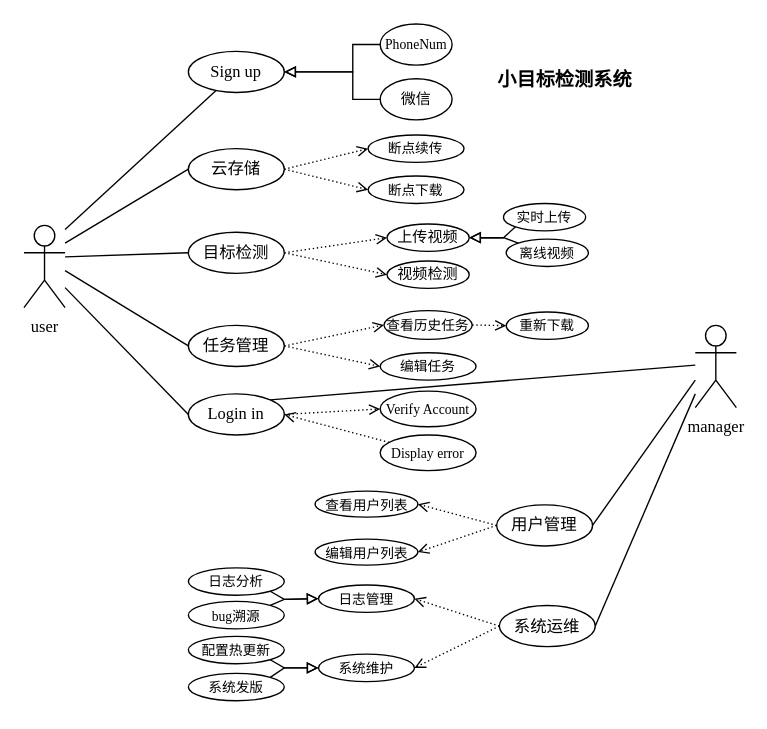
Before: DrawIO_file/毕业论文画图/系统需求示例图.drawio in DingDongZz/typera_PicGO, a draw.io diagram. Source tidied: cells renumbered, new cells numbered last; positions are measured from the earlier drawing's top-left corner, leaving out a move shared by most shapes. Both pictures are drawn from the tidied source at 137%, with x=0, y=0 at pixel (23, 23).
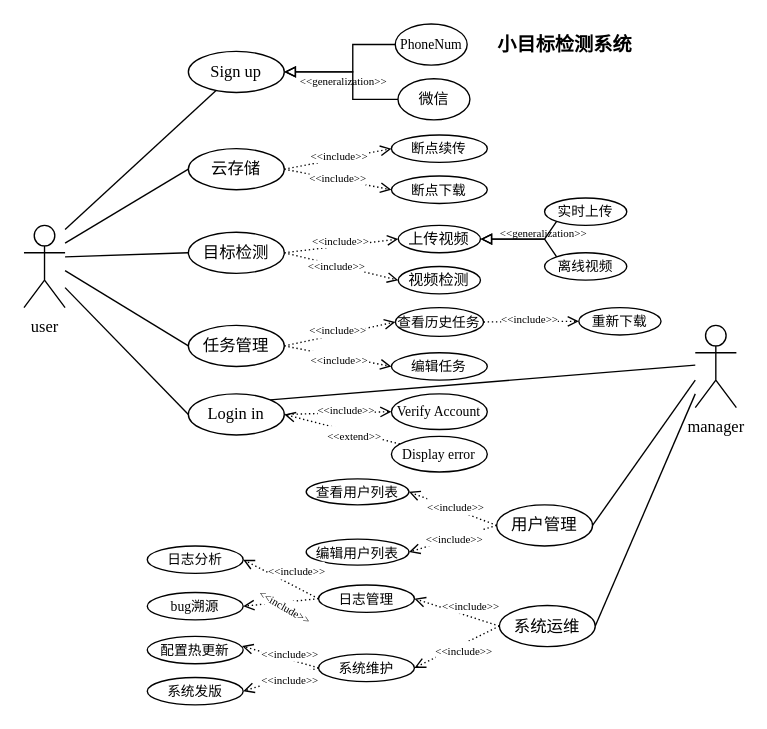
The same diagram, later.

Commit message (it also covers changes not shown here):
更新系统需求示例图.drawio

The change refers to these unchanged cells:
```xml
<mxCell id="5" style="rounded=0;jettySize=auto;html=1;entryX=0;entryY=0.5;entryDx=0;entryDy=0;dashed=1;strokeColor=default;align=center;verticalAlign=middle;fontFamily=宋体;fontSize=11;fontColor=default;labelBackgroundColor=default;endArrow=open;exitX=1;exitY=0.5;exitDx=0;exitDy=0;endFill=0;dashPattern=1 2;" parent="1" edge="1" source="6" target="13">
  <mxGeometry relative="1" as="geometry" />
</mxCell>
<mxCell id="6" value="目标检测" style="ellipse;whiteSpace=wrap;html=1;fontFamily=宋体;" parent="1" vertex="1">
  <mxGeometry x="120" y="152" width="70" height="30" as="geometry" />
</mxCell>
<mxCell id="21" value="日志管理" style="ellipse;whiteSpace=wrap;html=1;fontSize=10;fontFamily=宋体;" parent="1" vertex="1">
  <mxGeometry x="215" y="409.5" width="70" height="20" as="geometry" />
</mxCell>
<mxCell id="22" value="系统维护" style="ellipse;whiteSpace=wrap;html=1;fontSize=10;fontFamily=宋体;" parent="1" vertex="1">
  <mxGeometry x="215" y="460" width="70" height="20" as="geometry" />
</mxCell>
<mxCell id="25" style="rounded=0;jettySize=auto;html=1;entryX=0;entryY=0.5;entryDx=0;entryDy=0;dashed=1;strokeColor=default;align=center;verticalAlign=middle;fontFamily=宋体;fontSize=11;fontColor=default;labelBackgroundColor=default;endArrow=open;exitX=1;exitY=0.5;exitDx=0;exitDy=0;endFill=0;dashPattern=1 2;" parent="1" edge="1" source="7" target="14">
  <mxGeometry relative="1" as="geometry" />
</mxCell>
<mxCell id="26" style="rounded=0;jettySize=auto;html=1;entryX=0;entryY=0.5;entryDx=0;entryDy=0;dashed=1;strokeColor=default;align=center;verticalAlign=middle;fontFamily=宋体;fontSize=11;fontColor=default;labelBackgroundColor=default;endArrow=open;exitX=1;exitY=0.5;exitDx=0;exitDy=0;endFill=0;dashPattern=1 2;" parent="1" edge="1" source="7" target="15">
  <mxGeometry relative="1" as="geometry" />
</mxCell>
<mxCell id="27" style="rounded=0;jettySize=auto;html=1;entryX=0;entryY=0.5;entryDx=0;entryDy=0;dashed=1;strokeColor=default;align=center;verticalAlign=middle;fontFamily=宋体;fontSize=11;fontColor=default;labelBackgroundColor=default;endArrow=open;exitX=1;exitY=0.5;exitDx=0;exitDy=0;endFill=0;dashPattern=1 2;" parent="1" edge="1" source="14" target="16">
  <mxGeometry relative="1" as="geometry" />
</mxCell>
<mxCell id="28" style="rounded=0;jettySize=auto;html=1;entryX=1;entryY=0.5;entryDx=0;entryDy=0;dashed=1;strokeColor=default;align=center;verticalAlign=middle;fontFamily=宋体;fontSize=11;fontColor=default;labelBackgroundColor=default;endArrow=open;exitX=0;exitY=0.5;exitDx=0;exitDy=0;endFill=0;dashPattern=1 2;" parent="1" edge="1" source="8" target="20">
  <mxGeometry relative="1" as="geometry" />
</mxCell>
<mxCell id="29" style="rounded=0;jettySize=auto;html=1;entryX=1;entryY=0.5;entryDx=0;entryDy=0;dashed=1;strokeColor=default;align=center;verticalAlign=middle;fontFamily=宋体;fontSize=11;fontColor=default;labelBackgroundColor=default;endArrow=open;exitX=0;exitY=0.5;exitDx=0;exitDy=0;endFill=0;dashPattern=1 2;" parent="1" edge="1" source="8" target="17">
  <mxGeometry relative="1" as="geometry" />
</mxCell>
<mxCell id="30" style="rounded=0;jettySize=auto;html=1;entryX=1;entryY=0.5;entryDx=0;entryDy=0;dashed=1;strokeColor=default;align=center;verticalAlign=middle;fontFamily=宋体;fontSize=11;fontColor=default;labelBackgroundColor=default;endArrow=open;exitX=0;exitY=0.5;exitDx=0;exitDy=0;endFill=0;dashPattern=1 2;" parent="1" edge="1" source="9" target="22">
  <mxGeometry relative="1" as="geometry" />
</mxCell>
<mxCell id="31" style="rounded=0;jettySize=auto;html=1;entryX=1;entryY=0.5;entryDx=0;entryDy=0;dashed=1;strokeColor=default;align=center;verticalAlign=middle;fontFamily=宋体;fontSize=11;fontColor=default;labelBackgroundColor=default;endArrow=open;exitX=0;exitY=0.5;exitDx=0;exitDy=0;endFill=0;dashPattern=1 2;" parent="1" edge="1" source="9" target="21">
  <mxGeometry relative="1" as="geometry" />
</mxCell>
<mxCell id="53" style="rounded=0;jettySize=auto;html=1;entryX=0;entryY=0.5;entryDx=0;entryDy=0;dashed=1;strokeColor=default;align=center;verticalAlign=middle;fontFamily=宋体;fontSize=11;fontColor=default;labelBackgroundColor=default;endArrow=open;exitX=1;exitY=0.5;exitDx=0;exitDy=0;endFill=0;dashPattern=1 2;" parent="1" edge="1" source="50" target="51">
  <mxGeometry relative="1" as="geometry" />
</mxCell>
<mxCell id="54" style="rounded=0;jettySize=auto;html=1;entryX=0;entryY=0.5;entryDx=0;entryDy=0;dashed=1;strokeColor=default;align=center;verticalAlign=middle;fontFamily=宋体;fontSize=11;fontColor=default;labelBackgroundColor=default;endArrow=open;exitX=1;exitY=0.5;exitDx=0;exitDy=0;endFill=0;dashPattern=1 2;" parent="1" edge="1" source="50" target="52">
  <mxGeometry relative="1" as="geometry" />
</mxCell>
<mxCell id="55" style="rounded=0;jettySize=auto;html=1;entryX=0;entryY=0.5;entryDx=0;entryDy=0;dashed=1;exitX=1;exitY=0.5;exitDx=0;exitDy=0;endArrow=open;endFill=0;dashPattern=1 2;fontFamily=宋体;" parent="1" edge="1" source="56" target="57">
  <mxGeometry relative="1" as="geometry" />
</mxCell>
<mxCell id="58" style="rounded=0;jettySize=auto;html=1;entryX=1;entryY=0.5;entryDx=0;entryDy=0;dashed=1;endArrow=open;endFill=0;dashPattern=1 2;fontFamily=宋体;" parent="1" edge="1" source="59" target="56">
  <mxGeometry relative="1" as="geometry" />
</mxCell>
```

Change to the diagram source:
```diff
@@
-    <mxCell id="4" style="rounded=0;jettySize=auto;html=1;entryX=0;entryY=0.5;entryDx=0;entryDy=0;dashed=1;strokeColor=default;align=center;verticalAlign=middle;fontFamily=宋体;fontSize=11;fontColor=default;labelBackgroundColor=default;endArrow=open;exitX=1;exitY=0.5;exitDx=0;exitDy=0;endFill=0;dashPattern=1 2;" parent="1" edge="1" source="6" target="12">
+    <mxCell id="4" style="rounded=0;jettySize=auto;html=1;entryX=0;entryY=0.5;entryDx=0;entryDy=0;dashed=1;strokeColor=default;align=center;verticalAlign=middle;fontFamily=Times New Roman;fontSize=11;fontColor=default;labelBackgroundColor=default;endArrow=open;exitX=1;exitY=0.5;exitDx=0;exitDy=0;endFill=0;dashPattern=1 2;" parent="1" edge="1" source="6" target="12">
       <mxGeometry relative="1" as="geometry" />
     </mxCell>
+    <mxCell id="62" value="&lt;span&gt;&amp;lt;&amp;lt;include&amp;gt;&amp;gt;&lt;/span&gt;" style="edgeLabel;html=1;align=center;verticalAlign=middle;fontSize=8;fontFamily=Times New Roman;" parent="4" vertex="1">
+      <mxGeometry x="0.13" y="1" relative="1" as="geometry">
+        <mxPoint x="-6" y="-2" as="offset" />
+      </mxGeometry>
+    </mxCell>
@@
+    <mxCell id="63" value="&lt;span&gt;&amp;lt;&amp;lt;include&amp;gt;&amp;gt;&lt;/span&gt;" style="edgeLabel;html=1;align=center;verticalAlign=middle;fontSize=8;fontFamily=Times New Roman;" parent="5" vertex="1">
+      <mxGeometry x="-0.06" relative="1" as="geometry">
+        <mxPoint x="-1" as="offset" />
+      </mxGeometry>
+    </mxCell>
@@
     <mxCell id="10" value="&lt;font style=&quot;font-size: 10px;&quot;&gt;PhoneNum&lt;/font&gt;" style="ellipse;whiteSpace=wrap;html=1;fontFamily=Times New Roman;" parent="1" vertex="1">
-      <mxGeometry x="260" width="52.5" height="30" as="geometry" />
+      <mxGeometry x="271" width="52.5" height="30" as="geometry" />
     </mxCell>
     <mxCell id="11" value="微信" style="ellipse;whiteSpace=wrap;html=1;fontSize=11;fontFamily=宋体;" parent="1" vertex="1">
-      <mxGeometry x="260" y="40" width="52.5" height="30" as="geometry" />
+      <mxGeometry x="273" y="40" width="52.5" height="30" as="geometry" />
     </mxCell>
     <mxCell id="12" value="上传视频" style="ellipse;whiteSpace=wrap;html=1;fontSize=11;fontFamily=宋体;" parent="1" vertex="1">
-      <mxGeometry x="265" y="146" width="60" height="20" as="geometry" />
+      <mxGeometry x="273.2" y="147" width="60" height="20" as="geometry" />
     </mxCell>
     <mxCell id="13" value="视频检测" style="ellipse;whiteSpace=wrap;html=1;fontSize=11;fontFamily=宋体;" parent="1" vertex="1">
-      <mxGeometry x="265" y="173" width="60" height="20" as="geometry" />
+      <mxGeometry x="273.2" y="177" width="60" height="20" as="geometry" />
     </mxCell>
     <mxCell id="14" value="查看历史任务" style="ellipse;whiteSpace=wrap;html=1;fontSize=10;fontFamily=宋体;" parent="1" vertex="1">
-      <mxGeometry x="262.8" y="209.2" width="64.4" height="21" as="geometry" />
+      <mxGeometry x="271.1" y="207" width="64.4" height="21" as="geometry" />
     </mxCell>
     <mxCell id="15" value="编辑任务" style="ellipse;whiteSpace=wrap;html=1;fontSize=10;fontFamily=宋体;" parent="1" vertex="1">
-      <mxGeometry x="260" y="240" width="70" height="20" as="geometry" />
+      <mxGeometry x="268.2" y="240" width="70" height="20" as="geometry" />
     </mxCell>
     <mxCell id="16" value="重新下载" style="ellipse;whiteSpace=wrap;html=1;fontSize=10;fontFamily=宋体;" parent="1" vertex="1">
-      <mxGeometry x="352" y="210.2" width="60" height="20" as="geometry" />
+      <mxGeometry x="405" y="207" width="60" height="20" as="geometry" />
     </mxCell>
     <mxCell id="17" value="编辑用户列表" style="ellipse;whiteSpace=wrap;html=1;fontSize=10;fontFamily=宋体;" parent="1" vertex="1">
-      <mxGeometry x="212.5" y="376" width="75" height="19" as="geometry" />
+      <mxGeometry x="206" y="376" width="75" height="19" as="geometry" />
     </mxCell>
     <mxCell id="18" value="离线视频" style="ellipse;whiteSpace=wrap;html=1;fontSize=10;fontFamily=宋体;" parent="1" vertex="1">
-      <mxGeometry x="352" y="157" width="60" height="20" as="geometry" />
+      <mxGeometry x="380" y="167" width="60" height="20" as="geometry" />
     </mxCell>
     <mxCell id="19" value="实时上传" style="ellipse;whiteSpace=wrap;html=1;fontSize=10;fontFamily=宋体;" parent="1" vertex="1">
-      <mxGeometry x="350" y="131" width="60" height="20" as="geometry" />
+      <mxGeometry x="380" y="127" width="60" height="20" as="geometry" />
     </mxCell>
     <mxCell id="20" value="查看用户列表" style="ellipse;whiteSpace=wrap;html=1;fontSize=10;fontFamily=宋体;" parent="1" vertex="1">
-      <mxGeometry x="212.5" y="341" width="75" height="19" as="geometry" />
+      <mxGeometry x="206" y="332" width="75" height="19" as="geometry" />
     </mxCell>
@@
     <mxCell id="23" style="endArrow=block;html=1;rounded=0;entryX=1;entryY=0.5;entryDx=0;entryDy=0;exitX=0;exitY=1;exitDx=0;exitDy=0;endFill=0;fontFamily=宋体;" parent="1" edge="1" source="19" target="12">
       <mxGeometry relative="1" as="geometry">
         <Array as="points">
-          <mxPoint x="350" y="156" />
+          <mxPoint x="380" y="157" />
         </Array>
       </mxGeometry>
     </mxCell>
     <mxCell id="24" style="endArrow=block;html=1;rounded=0;entryX=1;entryY=0.5;entryDx=0;entryDy=0;endFill=0;exitX=0;exitY=0;exitDx=0;exitDy=0;fontFamily=宋体;" parent="1" edge="1" source="18" target="12">
       <mxGeometry relative="1" as="geometry">
         <Array as="points">
-          <mxPoint x="350" y="156" />
+          <mxPoint x="380" y="157" />
         </Array>
       </mxGeometry>
     </mxCell>
@@
+    <mxCell id="64" value="&lt;span style=&quot;font-size: 8px;&quot;&gt;&amp;lt;&amp;lt;include&amp;gt;&amp;gt;&lt;/span&gt;" style="edgeLabel;html=1;align=center;verticalAlign=middle;fontFamily=Times New Roman;" parent="25" vertex="1">
+      <mxGeometry x="0.02" relative="1" as="geometry">
+        <mxPoint x="-3" y="-4" as="offset" />
+      </mxGeometry>
+    </mxCell>
@@
+    <mxCell id="65" value="&lt;span style=&quot;font-size: 8px;&quot;&gt;&amp;lt;&amp;lt;include&amp;gt;&amp;gt;&lt;/span&gt;" style="edgeLabel;html=1;align=center;verticalAlign=middle;fontFamily=Times New Roman;" parent="26" vertex="1">
+      <mxGeometry x="0.07" relative="1" as="geometry">
+        <mxPoint x="-3" y="1" as="offset" />
+      </mxGeometry>
+    </mxCell>
@@
+    <mxCell id="66" value="&lt;span style=&quot;font-size: 8px;&quot;&gt;&amp;lt;&amp;lt;include&amp;gt;&amp;gt;&lt;/span&gt;" style="edgeLabel;html=1;align=center;verticalAlign=middle;fontFamily=Times New Roman;" parent="27" vertex="1">
+      <mxGeometry x="-0.45" relative="1" as="geometry">
+        <mxPoint x="14" y="-3" as="offset" />
+      </mxGeometry>
+    </mxCell>
@@
+    <mxCell id="67" value="&lt;span style=&quot;font-size: 8px;&quot;&gt;&amp;lt;&amp;lt;include&amp;gt;&amp;gt;&lt;/span&gt;" style="edgeLabel;html=1;align=center;verticalAlign=middle;fontFamily=Times New Roman;" parent="28" vertex="1">
+      <mxGeometry x="0.05" y="1" relative="1" as="geometry">
+        <mxPoint x="3" y="-3" as="offset" />
+      </mxGeometry>
+    </mxCell>
@@
+    <mxCell id="68" value="&lt;span style=&quot;font-size: 8px;&quot;&gt;&amp;lt;&amp;lt;include&amp;gt;&amp;gt;&lt;/span&gt;" style="edgeLabel;html=1;align=center;verticalAlign=middle;fontFamily=Times New Roman;" parent="29" vertex="1">
+      <mxGeometry x="0.16" y="-3" relative="1" as="geometry">
+        <mxPoint x="7" as="offset" />
+      </mxGeometry>
+    </mxCell>
@@
+    <mxCell id="69" value="&lt;span style=&quot;font-size: 8px;&quot;&gt;&amp;lt;&amp;lt;include&amp;gt;&amp;gt;&lt;/span&gt;" style="edgeLabel;html=1;align=center;verticalAlign=middle;fontFamily=Times New Roman;" parent="30" vertex="1">
+      <mxGeometry x="0.06" y="-2" relative="1" as="geometry">
+        <mxPoint x="8" y="2" as="offset" />
+      </mxGeometry>
+    </mxCell>
@@
+    <mxCell id="70" value="&lt;span style=&quot;font-size: 8px;&quot;&gt;&amp;lt;&amp;lt;include&amp;gt;&amp;gt;&lt;/span&gt;" style="edgeLabel;html=1;align=center;verticalAlign=middle;fontFamily=Times New Roman;" parent="31" vertex="1">
+      <mxGeometry x="0.23" relative="1" as="geometry">
+        <mxPoint x="17" y="-4" as="offset" />
+      </mxGeometry>
+    </mxCell>
@@
     <mxCell id="34" value="日志分析" style="ellipse;whiteSpace=wrap;html=1;fontSize=10;fontFamily=宋体;" parent="1" vertex="1">
-      <mxGeometry x="120" y="397" width="70" height="20" as="geometry" />
+      <mxGeometry x="90" y="381" width="70" height="20" as="geometry" />
     </mxCell>
     <mxCell id="35" value="&lt;font face=&quot;Times New Roman&quot;&gt;bug&lt;/font&gt;溯源" style="ellipse;whiteSpace=wrap;html=1;fontSize=10;fontFamily=宋体;" parent="1" vertex="1">
-      <mxGeometry x="120" y="421.5" width="70" height="20" as="geometry" />
+      <mxGeometry x="90" y="415" width="70" height="20" as="geometry" />
     </mxCell>
-    <mxCell id="36" style="endArrow=block;html=1;rounded=0;entryX=0;entryY=0.5;entryDx=0;entryDy=0;endFill=0;exitX=1;exitY=1;exitDx=0;exitDy=0;fontFamily=宋体;" parent="1" edge="1" source="34" target="21">
-      <mxGeometry relative="1" as="geometry">
-        <Array as="points">
-          <mxPoint x="190" y="420" />
-        </Array>
-      </mxGeometry>
-    </mxCell>
-    <mxCell id="37" style="endArrow=block;html=1;rounded=0;endFill=0;exitX=1;exitY=0;exitDx=0;exitDy=0;entryX=0;entryY=0.5;entryDx=0;entryDy=0;fontFamily=宋体;" parent="1" edge="1" source="35" target="21">
-      <mxGeometry relative="1" as="geometry">
-        <Array as="points">
-          <mxPoint x="190" y="420" />
-        </Array>
-      </mxGeometry>
-    </mxCell>
     <mxCell id="38" value="&lt;font&gt;配置热更新&lt;/font&gt;" style="ellipse;whiteSpace=wrap;html=1;fontSize=10;fontFamily=宋体;" parent="1" vertex="1">
-      <mxGeometry x="120" y="447" width="70" height="20" as="geometry" />
+      <mxGeometry x="90" y="447" width="70" height="20" as="geometry" />
     </mxCell>
     <mxCell id="39" value="&lt;font&gt;系统发版&lt;/font&gt;" style="ellipse;whiteSpace=wrap;html=1;fontSize=10;fontFamily=宋体;" parent="1" vertex="1">
-      <mxGeometry x="120" y="474" width="70" height="20" as="geometry" />
+      <mxGeometry x="90" y="477" width="70" height="20" as="geometry" />
     </mxCell>
-    <mxCell id="40" style="endArrow=block;html=1;rounded=0;endFill=0;exitX=1;exitY=0;exitDx=0;exitDy=0;entryX=0;entryY=0.5;entryDx=0;entryDy=0;fontFamily=宋体;" parent="1" edge="1" source="39" target="22">
-      <mxGeometry relative="1" as="geometry">
-        <Array as="points">
-          <mxPoint x="190" y="470" />
-        </Array>
-      </mxGeometry>
-    </mxCell>
-    <mxCell id="41" style="endArrow=block;html=1;rounded=0;endFill=0;exitX=1;exitY=1;exitDx=0;exitDy=0;entryX=0;entryY=0.5;entryDx=0;entryDy=0;fontFamily=宋体;" parent="1" edge="1" source="38" target="22">
-      <mxGeometry relative="1" as="geometry">
-        <Array as="points">
-          <mxPoint x="190" y="470" />
-        </Array>
-      </mxGeometry>
-    </mxCell>
@@
     <mxCell id="51" value="断点续传" style="ellipse;whiteSpace=wrap;html=1;fontSize=10;fontFamily=宋体;" parent="1" vertex="1">
-      <mxGeometry x="251.2" y="81" width="70" height="20" as="geometry" />
+      <mxGeometry x="268.2" y="81" width="70" height="20" as="geometry" />
     </mxCell>
     <mxCell id="52" value="断点下载" style="ellipse;whiteSpace=wrap;html=1;fontSize=10;fontFamily=宋体;" parent="1" vertex="1">
-      <mxGeometry x="251.2" y="111" width="70" height="20" as="geometry" />
+      <mxGeometry x="268.2" y="111" width="70" height="20" as="geometry" />
     </mxCell>
@@
+    <mxCell id="71" value="&lt;font&gt;&amp;lt;&amp;lt;include&amp;gt;&amp;gt;&lt;/font&gt;" style="edgeLabel;html=1;align=center;verticalAlign=middle;fontSize=8;fontFamily=Times New Roman;" parent="53" vertex="1">
+      <mxGeometry x="-0.05" y="2" relative="1" as="geometry">
+        <mxPoint x="3" as="offset" />
+      </mxGeometry>
+    </mxCell>
@@
+    <mxCell id="72" value="&lt;span&gt;&amp;lt;&amp;lt;include&amp;gt;&amp;gt;&lt;/span&gt;" style="edgeLabel;html=1;align=center;verticalAlign=middle;fontSize=8;fontFamily=Times New Roman;" parent="54" vertex="1">
+      <mxGeometry x="-0.08" relative="1" as="geometry">
+        <mxPoint x="2" as="offset" />
+      </mxGeometry>
+    </mxCell>
@@
+    <mxCell id="73" value="&lt;span style=&quot;font-size: 8px;&quot;&gt;&amp;lt;&amp;lt;include&amp;gt;&amp;gt;&lt;/span&gt;" style="edgeLabel;html=1;align=center;verticalAlign=middle;fontFamily=Times New Roman;" parent="55" vertex="1">
+      <mxGeometry x="0.03" y="1" relative="1" as="geometry">
+        <mxPoint x="5" y="-2" as="offset" />
+      </mxGeometry>
+    </mxCell>
@@
     <mxCell id="57" value="&lt;font style=&quot;font-size: 10px;&quot;&gt;Verify Account&lt;/font&gt;" style="ellipse;whiteSpace=wrap;html=1;fontFamily=Times New Roman;" parent="1" vertex="1">
-      <mxGeometry x="260" y="268" width="70" height="26" as="geometry" />
+      <mxGeometry x="268.2" y="270" width="70" height="26" as="geometry" />
     </mxCell>
@@
+    <mxCell id="74" value="&lt;span style=&quot;font-size: 8px;&quot;&gt;&amp;lt;&amp;lt;extend&amp;gt;&amp;gt;&lt;/span&gt;" style="edgeLabel;html=1;align=center;verticalAlign=middle;fontFamily=Times New Roman;" parent="58" vertex="1">
+      <mxGeometry x="-0.21" y="1" relative="1" as="geometry">
+        <mxPoint x="-1" as="offset" />
+      </mxGeometry>
+    </mxCell>
     <mxCell id="59" value="&lt;font style=&quot;font-size: 10px;&quot;&gt;Display error&lt;/font&gt;" style="ellipse;whiteSpace=wrap;html=1;fontFamily=Times New Roman;" parent="1" vertex="1">
-      <mxGeometry x="260" y="300" width="70" height="26" as="geometry" />
+      <mxGeometry x="268.2" y="301" width="70" height="26" as="geometry" />
     </mxCell>
@@
     <mxCell id="61" value="&lt;b&gt;小目标检测系统&lt;/b&gt;" style="text;html=1;align=center;verticalAlign=middle;whiteSpace=wrap;rounded=0;fontSize=14;fontFamily=宋体;" parent="1" vertex="1">
-      <mxGeometry x="325" y="31" width="140" height="19" as="geometry" />
+      <mxGeometry x="325" y="5.5" width="140" height="19" as="geometry" />
     </mxCell>
+    <mxCell id="75" style="rounded=0;jettySize=auto;html=1;entryX=1;entryY=0.5;entryDx=0;entryDy=0;dashed=1;strokeColor=default;align=center;verticalAlign=middle;fontFamily=宋体;fontSize=11;fontColor=default;labelBackgroundColor=default;endArrow=open;exitX=0;exitY=0.5;exitDx=0;exitDy=0;endFill=0;dashPattern=1 2;" parent="1" edge="1" source="21" target="34">
+      <mxGeometry relative="1" as="geometry" />
+    </mxCell>
+    <mxCell id="76" value="&lt;span style=&quot;font-size: 8px;&quot;&gt;&amp;lt;&amp;lt;include&amp;gt;&amp;gt;&lt;/span&gt;" style="edgeLabel;html=1;align=center;verticalAlign=middle;fontFamily=Times New Roman;" parent="75" vertex="1">
+      <mxGeometry x="0.23" relative="1" as="geometry">
+        <mxPoint x="17" y="-4" as="offset" />
+      </mxGeometry>
+    </mxCell>
+    <mxCell id="77" style="rounded=0;jettySize=auto;html=1;entryX=1;entryY=0.5;entryDx=0;entryDy=0;dashed=1;strokeColor=default;align=center;verticalAlign=middle;fontFamily=宋体;fontSize=11;fontColor=default;labelBackgroundColor=default;endArrow=open;endFill=0;dashPattern=1 2;exitX=0;exitY=0.5;exitDx=0;exitDy=0;" parent="1" edge="1" source="21" target="35">
+      <mxGeometry relative="1" as="geometry" />
+    </mxCell>
+    <mxCell id="78" value="&lt;span style=&quot;font-size: 8px;&quot;&gt;&amp;lt;&amp;lt;include&amp;gt;&amp;gt;&lt;/span&gt;" style="edgeLabel;html=1;align=center;verticalAlign=middle;rotation=30;fontFamily=Times New Roman;" parent="77" vertex="1">
+      <mxGeometry x="0.23" relative="1" as="geometry">
+        <mxPoint x="10" y="1" as="offset" />
+      </mxGeometry>
+    </mxCell>
+    <mxCell id="79" style="rounded=0;jettySize=auto;html=1;entryX=0.988;entryY=0.354;entryDx=0;entryDy=0;dashed=1;strokeColor=default;align=center;verticalAlign=middle;fontFamily=宋体;fontSize=11;fontColor=default;labelBackgroundColor=default;endArrow=open;exitX=0;exitY=0.5;exitDx=0;exitDy=0;endFill=0;dashPattern=1 2;entryPerimeter=0;" parent="1" edge="1" source="22" target="38">
+      <mxGeometry relative="1" as="geometry" />
+    </mxCell>
+    <mxCell id="80" value="&lt;span style=&quot;font-size: 8px;&quot;&gt;&amp;lt;&amp;lt;include&amp;gt;&amp;gt;&lt;/span&gt;" style="edgeLabel;html=1;align=center;verticalAlign=middle;fontFamily=Times New Roman;" parent="79" vertex="1">
+      <mxGeometry x="0.23" relative="1" as="geometry">
+        <mxPoint x="13" y="-2" as="offset" />
+      </mxGeometry>
+    </mxCell>
+    <mxCell id="81" style="rounded=0;jettySize=auto;html=1;entryX=1;entryY=0.5;entryDx=0;entryDy=0;dashed=1;strokeColor=default;align=center;verticalAlign=middle;fontFamily=宋体;fontSize=11;fontColor=default;labelBackgroundColor=default;endArrow=open;endFill=0;dashPattern=1 2;exitX=0;exitY=0.5;exitDx=0;exitDy=0;" parent="1" edge="1" source="22" target="39">
+      <mxGeometry relative="1" as="geometry" />
+    </mxCell>
+    <mxCell id="82" value="&lt;span style=&quot;font-size: 8px;&quot;&gt;&amp;lt;&amp;lt;include&amp;gt;&amp;gt;&lt;/span&gt;" style="edgeLabel;html=1;align=center;verticalAlign=middle;fontFamily=Times New Roman;" parent="81" vertex="1">
+      <mxGeometry x="0.23" relative="1" as="geometry">
+        <mxPoint x="12" y="-3" as="offset" />
+      </mxGeometry>
+    </mxCell>
+    <mxCell id="83" value="&amp;lt;&amp;lt;generalization&amp;gt;&amp;gt;" style="text;html=1;align=center;verticalAlign=middle;strokeColor=none;fillColor=none;fontSize=8;fontFamily=Times New Roman;" parent="1" vertex="1">
+      <mxGeometry x="188" y="32" width="90" height="20" as="geometry" />
+    </mxCell>
+    <mxCell id="84" value="&amp;lt;&amp;lt;generalization&amp;gt;&amp;gt;" style="text;html=1;align=center;verticalAlign=middle;strokeColor=none;fillColor=none;fontSize=8;fontFamily=Times New Roman;" parent="1" vertex="1">
+      <mxGeometry x="334.2" y="143" width="90" height="20" as="geometry" />
+    </mxCell>
```
